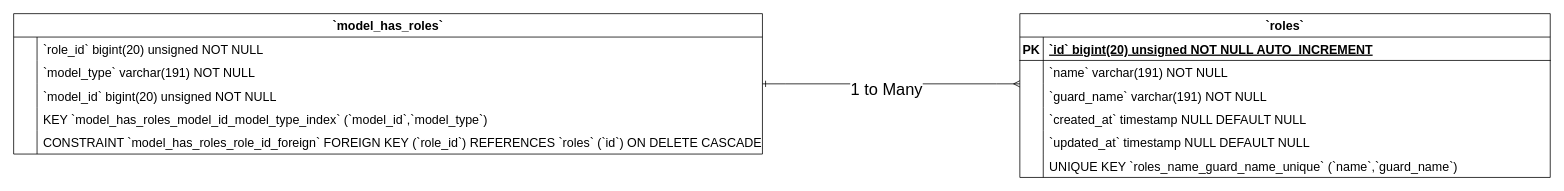
This is Model Has Roles ERD Diagram.drawio from Simasco/diagram, a draw.io file, before an edit. Source tidied: cells renumbered, new cells numbered last; positions are measured from the earlier drawing's top-left corner, leaving out a move shared by most shapes. Both pictures are drawn from the tidied source at 78%, with x=0, y=0 at pixel (13, 13).
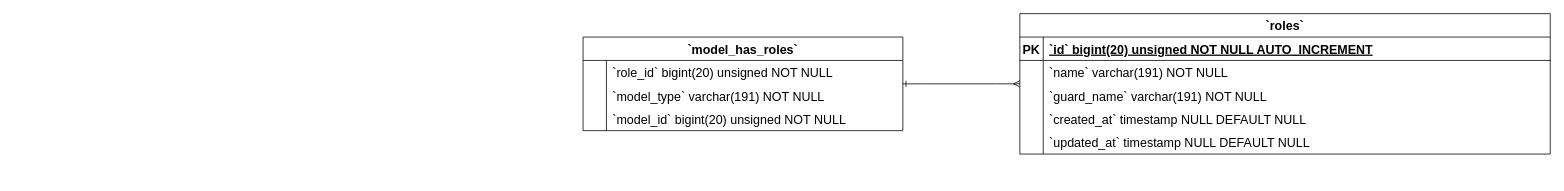
Above is the later version.

Change to the diagram source:
```diff
@@
     <mxCell id="2" value="`roles`" style="shape=table;startSize=30;childLayout=tableLayout;rowLines=0;fontStyle=1;align=center;fontSize=16;" parent="1" vertex="1">
-      <mxGeometry x="1290" width="680" height="210" as="geometry" />
+      <mxGeometry x="1290" width="680" height="180" as="geometry" />
     </mxCell>
@@
-    <mxCell id="18" style="shape=tableRow;horizontal=0;startSize=0;swimlaneHead=0;swimlaneBody=0;fillColor=none;strokeColor=inherit;top=0;left=0;right=0;bottom=0;fontSize=16;" parent="2" vertex="1">
-      <mxGeometry y="180" width="680" height="30" as="geometry" />
-    </mxCell>
-    <mxCell id="19" style="shape=partialRectangle;overflow=hidden;fillColor=none;strokeColor=inherit;top=0;left=0;bottom=0;right=0;fontSize=16;" parent="18" vertex="1">
-      <mxGeometry width="30" height="30" as="geometry" />
-    </mxCell>
-    <mxCell id="20" value="UNIQUE KEY `roles_name_guard_name_unique` (`name`,`guard_name`)" style="shape=partialRectangle;overflow=hidden;fillColor=none;align=left;strokeColor=inherit;top=0;left=0;bottom=0;right=0;spacingLeft=6;fontSize=16;" parent="18" vertex="1">
-      <mxGeometry x="30" width="650" height="30" as="geometry" />
-    </mxCell>
     <mxCell id="21" value="`model_has_roles`" style="shape=table;startSize=30;childLayout=tableLayout;rowLines=0;fontStyle=1;align=center;fontSize=16;" parent="1" vertex="1">
-      <mxGeometry width="960" height="180" as="geometry" />
+      <mxGeometry x="730" y="30" width="410" height="120" as="geometry" />
     </mxCell>
     <mxCell id="22" style="shape=tableRow;horizontal=0;startSize=0;swimlaneHead=0;swimlaneBody=0;fillColor=none;strokeColor=inherit;top=0;left=0;right=0;bottom=0;fontSize=16;" parent="21" vertex="1">
-      <mxGeometry y="30" width="960" height="30" as="geometry" />
+      <mxGeometry y="30" width="410" height="30" as="geometry" />
     </mxCell>
@@
     <mxCell id="24" value="`role_id` bigint(20) unsigned NOT NULL" style="shape=partialRectangle;overflow=hidden;fillColor=none;align=left;strokeColor=inherit;top=0;left=0;bottom=0;right=0;spacingLeft=6;fontSize=16;" parent="22" vertex="1">
-      <mxGeometry x="30" width="930" height="30" as="geometry" />
+      <mxGeometry x="30" width="380" height="30" as="geometry" />
     </mxCell>
     <mxCell id="25" style="shape=tableRow;horizontal=0;startSize=0;swimlaneHead=0;swimlaneBody=0;fillColor=none;strokeColor=inherit;top=0;left=0;right=0;bottom=0;fontSize=16;" parent="21" vertex="1">
-      <mxGeometry y="60" width="960" height="30" as="geometry" />
+      <mxGeometry y="60" width="410" height="30" as="geometry" />
     </mxCell>
@@
     <mxCell id="27" value="`model_type` varchar(191) NOT NULL" style="shape=partialRectangle;overflow=hidden;fillColor=none;align=left;strokeColor=inherit;top=0;left=0;bottom=0;right=0;spacingLeft=6;fontSize=16;" parent="25" vertex="1">
-      <mxGeometry x="30" width="930" height="30" as="geometry" />
+      <mxGeometry x="30" width="380" height="30" as="geometry" />
     </mxCell>
     <mxCell id="28" style="shape=tableRow;horizontal=0;startSize=0;swimlaneHead=0;swimlaneBody=0;fillColor=none;strokeColor=inherit;top=0;left=0;right=0;bottom=0;fontSize=16;" parent="21" vertex="1">
-      <mxGeometry y="90" width="960" height="30" as="geometry" />
+      <mxGeometry y="90" width="410" height="30" as="geometry" />
     </mxCell>
@@
     <mxCell id="30" value="`model_id` bigint(20) unsigned NOT NULL" style="shape=partialRectangle;overflow=hidden;fillColor=none;align=left;strokeColor=inherit;top=0;left=0;bottom=0;right=0;spacingLeft=6;fontSize=16;" parent="28" vertex="1">
-      <mxGeometry x="30" width="930" height="30" as="geometry" />
+      <mxGeometry x="30" width="380" height="30" as="geometry" />
     </mxCell>
-    <mxCell id="31" style="shape=tableRow;horizontal=0;startSize=0;swimlaneHead=0;swimlaneBody=0;fillColor=none;strokeColor=inherit;top=0;left=0;right=0;bottom=0;fontSize=16;" parent="21" vertex="1">
-      <mxGeometry y="120" width="960" height="30" as="geometry" />
-    </mxCell>
-    <mxCell id="32" style="shape=partialRectangle;overflow=hidden;fillColor=none;strokeColor=inherit;top=0;left=0;bottom=0;right=0;fontSize=16;" parent="31" vertex="1">
-      <mxGeometry width="30" height="30" as="geometry" />
-    </mxCell>
-    <mxCell id="33" value="KEY `model_has_roles_model_id_model_type_index` (`model_id`,`model_type`)" style="shape=partialRectangle;overflow=hidden;fillColor=none;align=left;strokeColor=inherit;top=0;left=0;bottom=0;right=0;spacingLeft=6;fontSize=16;" parent="31" vertex="1">
-      <mxGeometry x="30" width="930" height="30" as="geometry" />
-    </mxCell>
-    <mxCell id="34" style="shape=tableRow;horizontal=0;startSize=0;swimlaneHead=0;swimlaneBody=0;fillColor=none;strokeColor=inherit;top=0;left=0;right=0;bottom=0;fontSize=16;" parent="21" vertex="1">
-      <mxGeometry y="150" width="960" height="30" as="geometry" />
-    </mxCell>
-    <mxCell id="35" style="shape=partialRectangle;overflow=hidden;fillColor=none;strokeColor=inherit;top=0;left=0;bottom=0;right=0;fontSize=16;" parent="34" vertex="1">
-      <mxGeometry width="30" height="30" as="geometry" />
-    </mxCell>
-    <mxCell id="36" value="CONSTRAINT `model_has_roles_role_id_foreign` FOREIGN KEY (`role_id`) REFERENCES `roles` (`id`) ON DELETE CASCADE" style="shape=partialRectangle;overflow=hidden;fillColor=none;align=left;strokeColor=inherit;top=0;left=0;bottom=0;right=0;spacingLeft=6;fontSize=16;" parent="34" vertex="1">
-      <mxGeometry x="30" width="930" height="30" as="geometry" />
-    </mxCell>
     <mxCell id="37" style="edgeStyle=entityRelationEdgeStyle;fontSize=12;html=1;endArrow=ERmany;rounded=0;endFill=0;startArrow=ERone;startFill=0;" parent="1" edge="1">
       <mxGeometry relative="1" as="geometry">
-        <mxPoint x="960" y="90" as="sourcePoint" />
+        <mxPoint x="1140" y="90" as="sourcePoint" />
         <mxPoint x="1290" y="90" as="targetPoint" />
         <Array as="points">
           <mxPoint x="961" y="80" />
         </Array>
       </mxGeometry>
     </mxCell>
-    <mxCell id="38" value="1 to Many" style="edgeLabel;html=1;align=center;verticalAlign=middle;fontSize=21;" parent="37" vertex="1">
-      <mxGeometry x="-0.05" y="-6" relative="1" as="geometry">
-        <mxPoint x="1" as="offset" />
-      </mxGeometry>
-    </mxCell>
```
